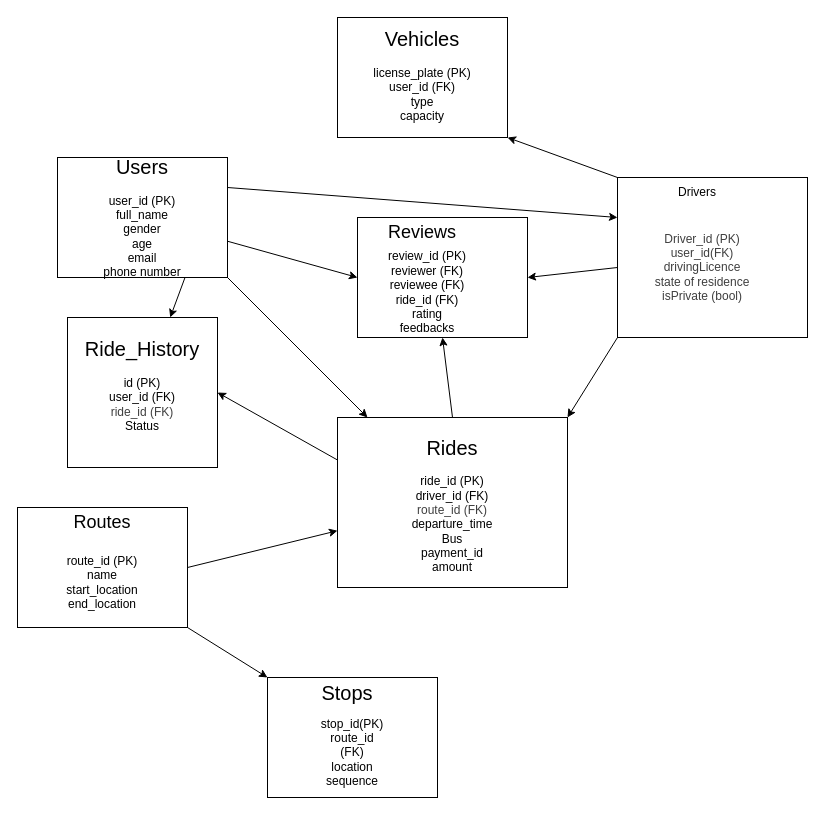
Above: schema.drawio in KJ-77/Wasselni (draw.io), before the change. Source tidied: cells renumbered, new cells numbered last; positions are measured from the earlier drawing's top-left corner, leaving out a move shared by most shapes. Both pictures are drawn from the tidied source at 100%, with x=0, y=0 at pixel (17, 17).
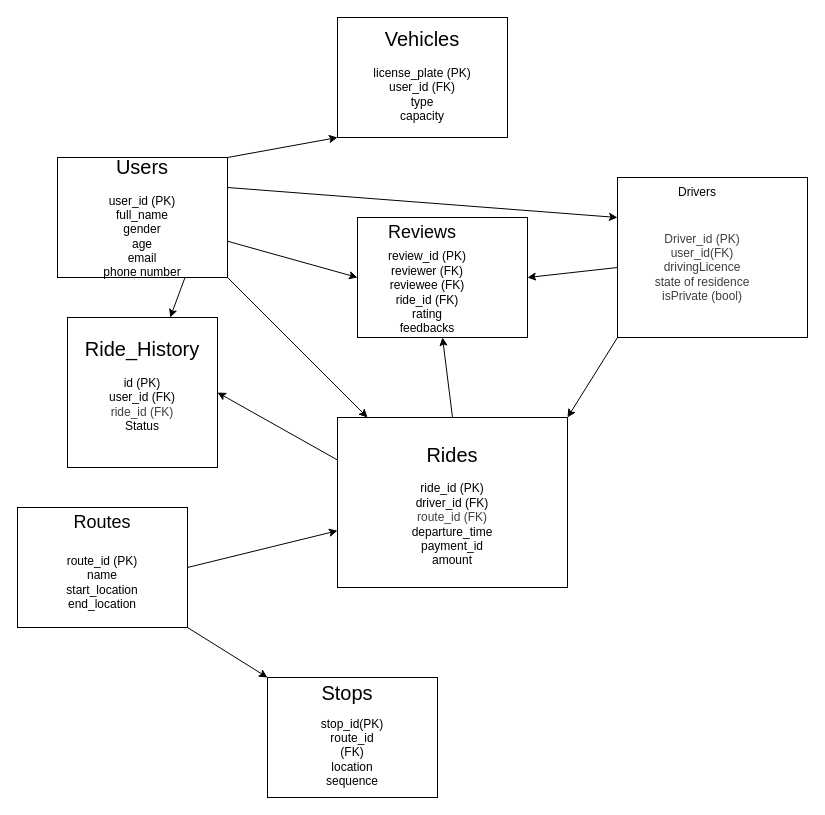
The same page after the edit.

Commit message:
Refactor schema.drawio to improve diagram layout and edge geometry

Unchanged cells that the change refers to:
```xml
<mxCell id="5" style="rounded=0;whiteSpace=wrap;html=1;" parent="1" vertex="1">
  <mxGeometry x="600" y="160" width="190" height="160" as="geometry" />
</mxCell>
<mxCell id="9" style="rounded=0;whiteSpace=wrap;html=1;" parent="1" vertex="1">
  <mxGeometry x="320" width="170" height="120" as="geometry" />
</mxCell>
```

The edit, as a diff of the source:
```diff
@@
-    <mxCell id="3" style="edgeStyle=none;html=1;exitX=0;exitY=0;exitDx=0;exitDy=0;entryX=1;entryY=1;entryDx=0;entryDy=0;" parent="1" edge="1" source="5" target="9">
-      <mxGeometry relative="1" as="geometry" />
+    <mxCell id="3" style="edgeStyle=none;html=1;exitX=0;exitY=0;exitDx=0;exitDy=0;entryX=0;entryY=1;entryDx=0;entryDy=0;" parent="1" edge="1" target="9">
+      <mxGeometry relative="1" as="geometry">
+        <mxPoint x="210" y="140" as="sourcePoint" />
+      </mxGeometry>
     </mxCell>
@@
-    <mxCell id="20" value="&lt;div&gt;&lt;span style=&quot;font-size: 20px;&quot;&gt;Rides&lt;/span&gt;&lt;/div&gt;&lt;div&gt;&lt;br&gt;&lt;/div&gt;&lt;div&gt;ride_id (PK)&lt;/div&gt;&lt;div&gt;driver_id (FK)&lt;/div&gt;&lt;div&gt;&lt;div style=&quot;color: rgb(63, 63, 63); scrollbar-color: rgb(226, 226, 226) rgb(251, 251, 251);&quot;&gt;&lt;span style=&quot;color: rgb(63, 63, 63); background-color: transparent;&quot;&gt;route_id (FK)&lt;/span&gt;&lt;/div&gt;&lt;/div&gt;&lt;div&gt;departure_time&lt;/div&gt;&lt;div&gt;Bus&lt;/div&gt;&lt;div&gt;payment_id&lt;/div&gt;&lt;div&gt;amount&lt;/div&gt;&lt;div&gt;&lt;br&gt;&lt;/div&gt;" style="text;strokeColor=none;align=center;fillColor=none;html=1;verticalAlign=middle;whiteSpace=wrap;rounded=0;" parent="1" vertex="1">
+    <mxCell id="20" value="&lt;div&gt;&lt;span style=&quot;font-size: 20px;&quot;&gt;Rides&lt;/span&gt;&lt;/div&gt;&lt;div&gt;&lt;br&gt;&lt;/div&gt;&lt;div&gt;ride_id (PK)&lt;/div&gt;&lt;div&gt;driver_id (FK)&lt;/div&gt;&lt;div&gt;&lt;div style=&quot;color: rgb(63, 63, 63); scrollbar-color: rgb(226, 226, 226) rgb(251, 251, 251);&quot;&gt;&lt;span style=&quot;color: rgb(63, 63, 63); background-color: transparent;&quot;&gt;route_id (FK)&lt;/span&gt;&lt;/div&gt;&lt;/div&gt;&lt;div&gt;departure_time&lt;/div&gt;&lt;div&gt;payment_id&lt;/div&gt;&lt;div&gt;amount&lt;/div&gt;&lt;div&gt;&lt;br&gt;&lt;/div&gt;" style="text;strokeColor=none;align=center;fillColor=none;html=1;verticalAlign=middle;whiteSpace=wrap;rounded=0;" parent="1" vertex="1">
       <mxGeometry x="380" y="460" width="110" height="70" as="geometry" />
     </mxCell>
```
